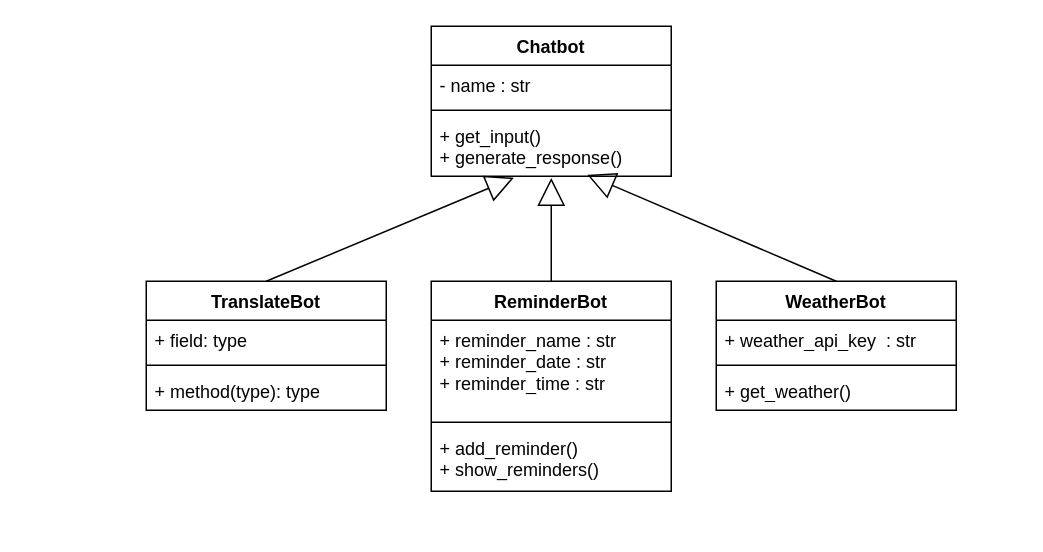
Above: umldiagram.drawio in barisparlakk/omniabotv2 (draw.io), before the change. Source tidied: cells renumbered, new cells numbered last; positions are measured from the earlier drawing's top-left corner, leaving out a move shared by most shapes. Both pictures are drawn from the tidied source at 150%, with x=0, y=0 at pixel (146, 26).
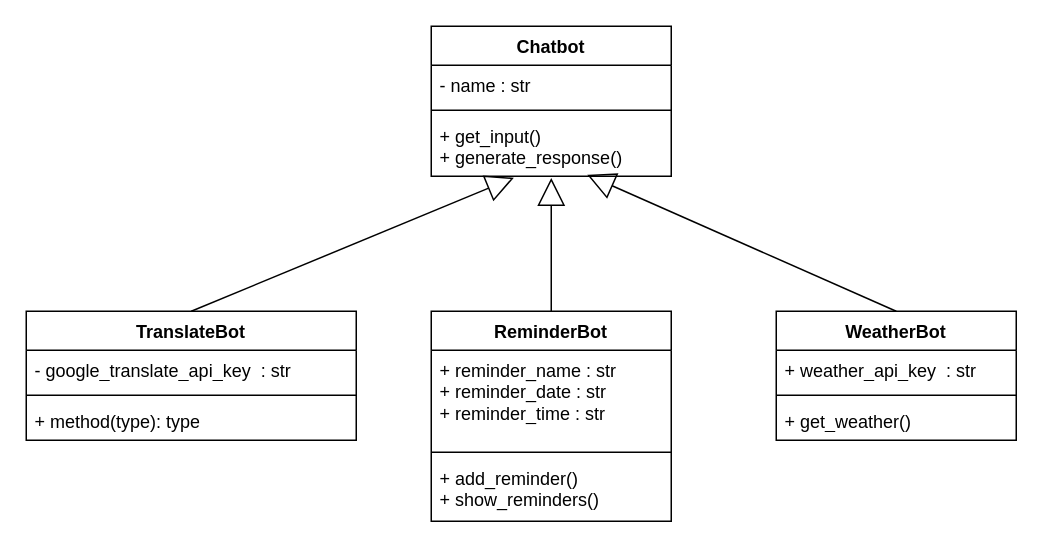
The same diagram, later.

Commit message (it also covers changes not shown here):
Changes on UML Diagram and chatbot.py

The edit, as a diff of the source:
```diff
@@
     <mxCell id="6" value="WeatherBot" style="swimlane;fontStyle=1;align=center;verticalAlign=top;horizontal=1;startSize=26;whiteSpace=wrap;html=1;" parent="1" vertex="1">
-      <mxGeometry x="380" y="170" width="160" height="86" as="geometry" />
+      <mxGeometry x="420" y="190" width="160" height="86" as="geometry" />
     </mxCell>
@@
     <mxCell id="10" value="ReminderBot" style="swimlane;fontStyle=1;align=center;verticalAlign=top;horizontal=1;startSize=26;whiteSpace=wrap;html=1;" parent="1" vertex="1">
-      <mxGeometry x="190" y="170" width="160" height="140" as="geometry" />
+      <mxGeometry x="190" y="190" width="160" height="140" as="geometry" />
     </mxCell>
@@
     <mxCell id="14" value="TranslateBot" style="swimlane;fontStyle=1;align=center;verticalAlign=top;horizontal=1;startSize=26;whiteSpace=wrap;html=1;" parent="1" vertex="1">
-      <mxGeometry y="170" width="160" height="86" as="geometry" />
+      <mxGeometry x="-80" y="190" width="220" height="86" as="geometry" />
     </mxCell>
-    <mxCell id="15" value="+ field: type" style="text;strokeColor=none;fillColor=none;align=left;verticalAlign=top;spacingLeft=4;spacingRight=4;overflow=hidden;whiteSpace=wrap;html=1;" parent="14" vertex="1">
-      <mxGeometry y="26" width="160" height="26" as="geometry" />
+    <mxCell id="15" value="- google_translate_api_key&amp;nbsp; : str" style="text;strokeColor=none;fillColor=none;align=left;verticalAlign=top;spacingLeft=4;spacingRight=4;overflow=hidden;whiteSpace=wrap;html=1;" parent="14" vertex="1">
+      <mxGeometry y="26" width="220" height="26" as="geometry" />
     </mxCell>
     <mxCell id="16" style="line;strokeWidth=1;fillColor=none;align=left;verticalAlign=middle;spacingTop=-1;spacingLeft=3;spacingRight=3;labelPosition=right;strokeColor=inherit;" parent="14" vertex="1">
-      <mxGeometry y="52" width="160" height="8" as="geometry" />
+      <mxGeometry y="52" width="220" height="8" as="geometry" />
     </mxCell>
     <mxCell id="17" value="+ method(type): type" style="text;strokeColor=none;fillColor=none;align=left;verticalAlign=top;spacingLeft=4;spacingRight=4;overflow=hidden;whiteSpace=wrap;html=1;" parent="14" vertex="1">
-      <mxGeometry y="60" width="160" height="26" as="geometry" />
+      <mxGeometry y="60" width="220" height="26" as="geometry" />
     </mxCell>
```
